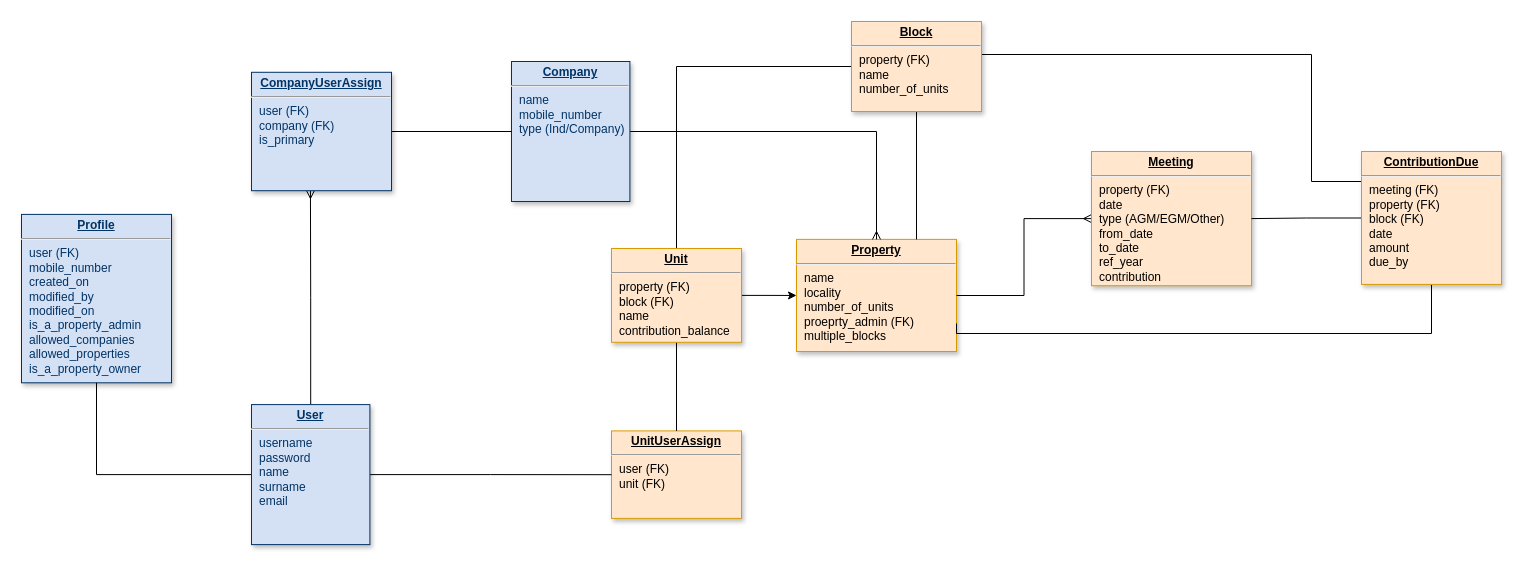
Above: Untitled Diagram.drawio in gilubilu/hello-world (draw.io), before the change. Source tidied: cells renumbered, new cells numbered last; positions are measured from the earlier drawing's top-left corner, leaving out a move shared by most shapes. Both pictures are drawn from the tidied source at 100%, with x=0, y=0 at pixel (21, 21).
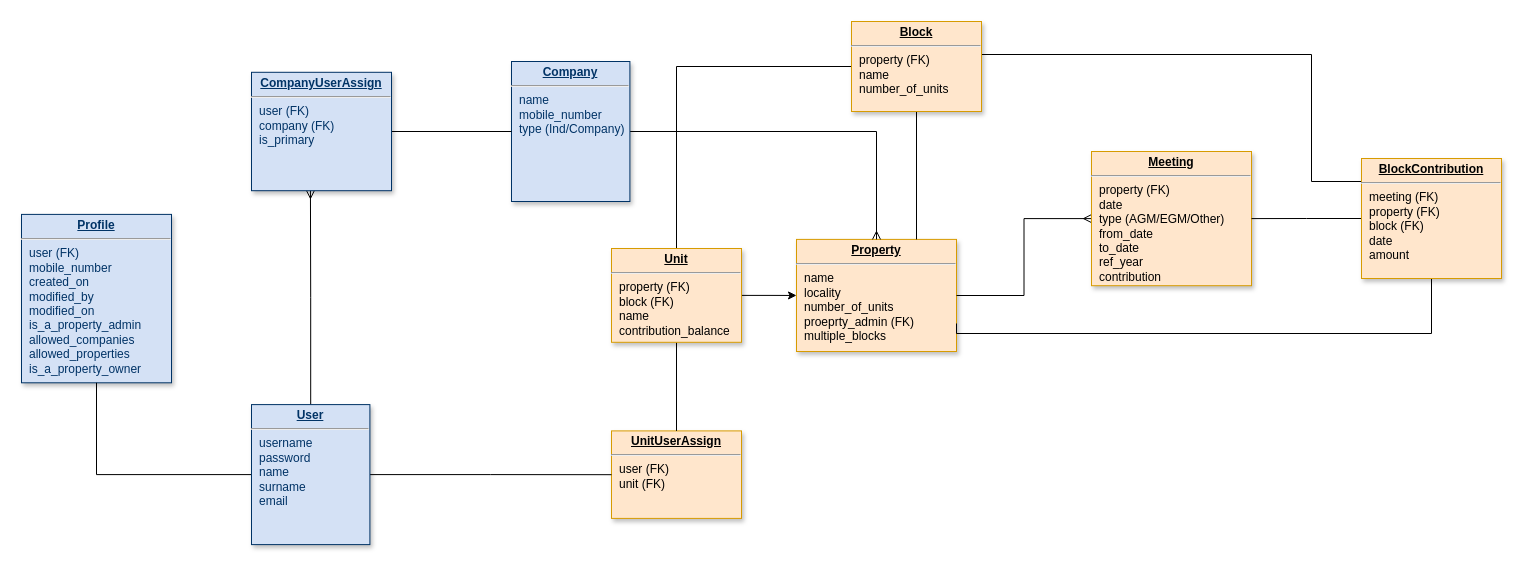
After the change.

Change to the diagram source:
```diff
@@
-    <mxCell id="22" value="&lt;p style=&quot;margin: 0px ; margin-top: 4px ; text-align: center ; text-decoration: underline&quot;&gt;&lt;strong&gt;ContributionDue&lt;/strong&gt;&lt;/p&gt;&lt;hr&gt;&lt;p style=&quot;margin: 0px ; margin-left: 8px&quot;&gt;meeting (FK)&lt;/p&gt;&lt;p style=&quot;margin: 0px ; margin-left: 8px&quot;&gt;property (FK)&lt;/p&gt;&lt;p style=&quot;margin: 0px ; margin-left: 8px&quot;&gt;block (FK)&lt;/p&gt;&lt;p style=&quot;margin: 0px ; margin-left: 8px&quot;&gt;date&lt;/p&gt;&lt;p style=&quot;margin: 0px ; margin-left: 8px&quot;&gt;&lt;span&gt;amount&lt;/span&gt;&lt;/p&gt;&lt;p style=&quot;margin: 0px ; margin-left: 8px&quot;&gt;&lt;span&gt;due_by&lt;/span&gt;&lt;/p&gt;" style="verticalAlign=top;align=left;overflow=fill;fontSize=12;fontFamily=Helvetica;html=1;strokeColor=#d79b00;shadow=1;fillColor=#ffe6cc;direction=west;" parent="1" vertex="1">
-      <mxGeometry x="1340" y="130" width="140" height="132.9" as="geometry" />
+    <mxCell id="22" value="&lt;p style=&quot;margin: 0px ; margin-top: 4px ; text-align: center ; text-decoration: underline&quot;&gt;&lt;strong&gt;BlockContribution&lt;/strong&gt;&lt;/p&gt;&lt;hr&gt;&lt;p style=&quot;margin: 0px ; margin-left: 8px&quot;&gt;meeting (FK)&lt;/p&gt;&lt;p style=&quot;margin: 0px ; margin-left: 8px&quot;&gt;property (FK)&lt;/p&gt;&lt;p style=&quot;margin: 0px ; margin-left: 8px&quot;&gt;block (FK)&lt;/p&gt;&lt;p style=&quot;margin: 0px ; margin-left: 8px&quot;&gt;date&lt;/p&gt;&lt;p style=&quot;margin: 0px ; margin-left: 8px&quot;&gt;&lt;span&gt;amount&lt;/span&gt;&lt;/p&gt;" style="verticalAlign=top;align=left;overflow=fill;fontSize=12;fontFamily=Helvetica;html=1;strokeColor=#d79b00;shadow=1;fillColor=#ffe6cc;direction=west;" parent="1" vertex="1">
+      <mxGeometry x="1340" y="137" width="140" height="120" as="geometry" />
     </mxCell>
```
